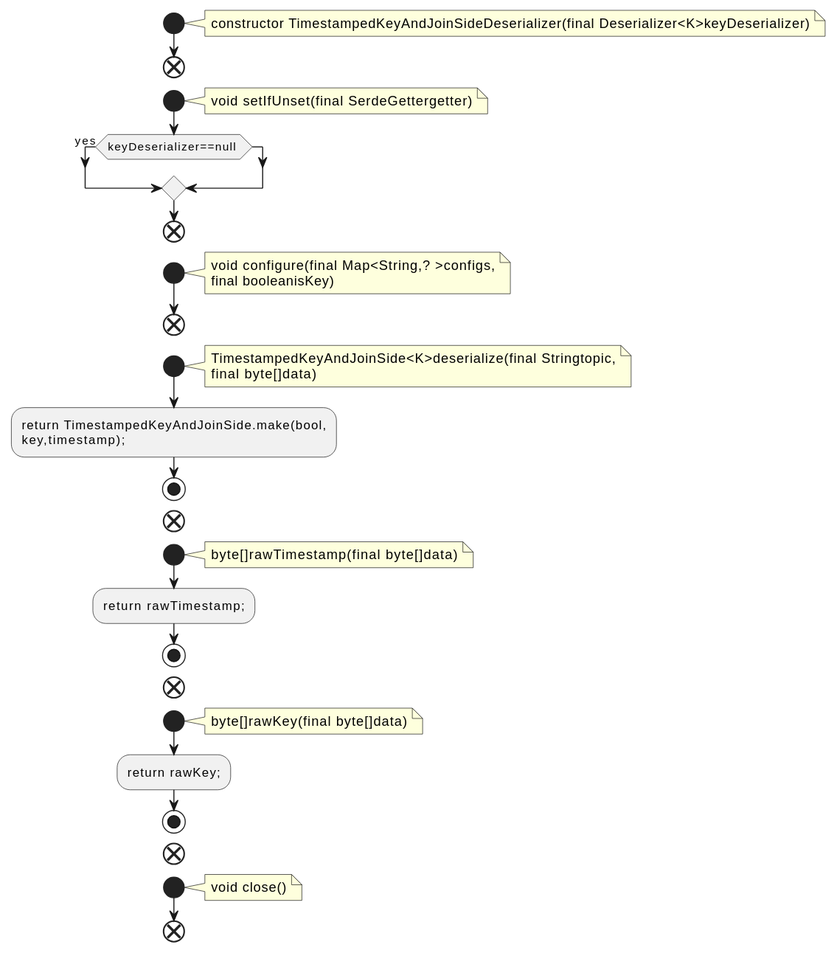
The PlantUML diagram docs/qc/streams/src/main/java/org/apache/kafka/streams/state/internals/TimestampedKeyAndJoinSideDeserializer.java.fct.svg in qualitesys/kafka, before a commit.
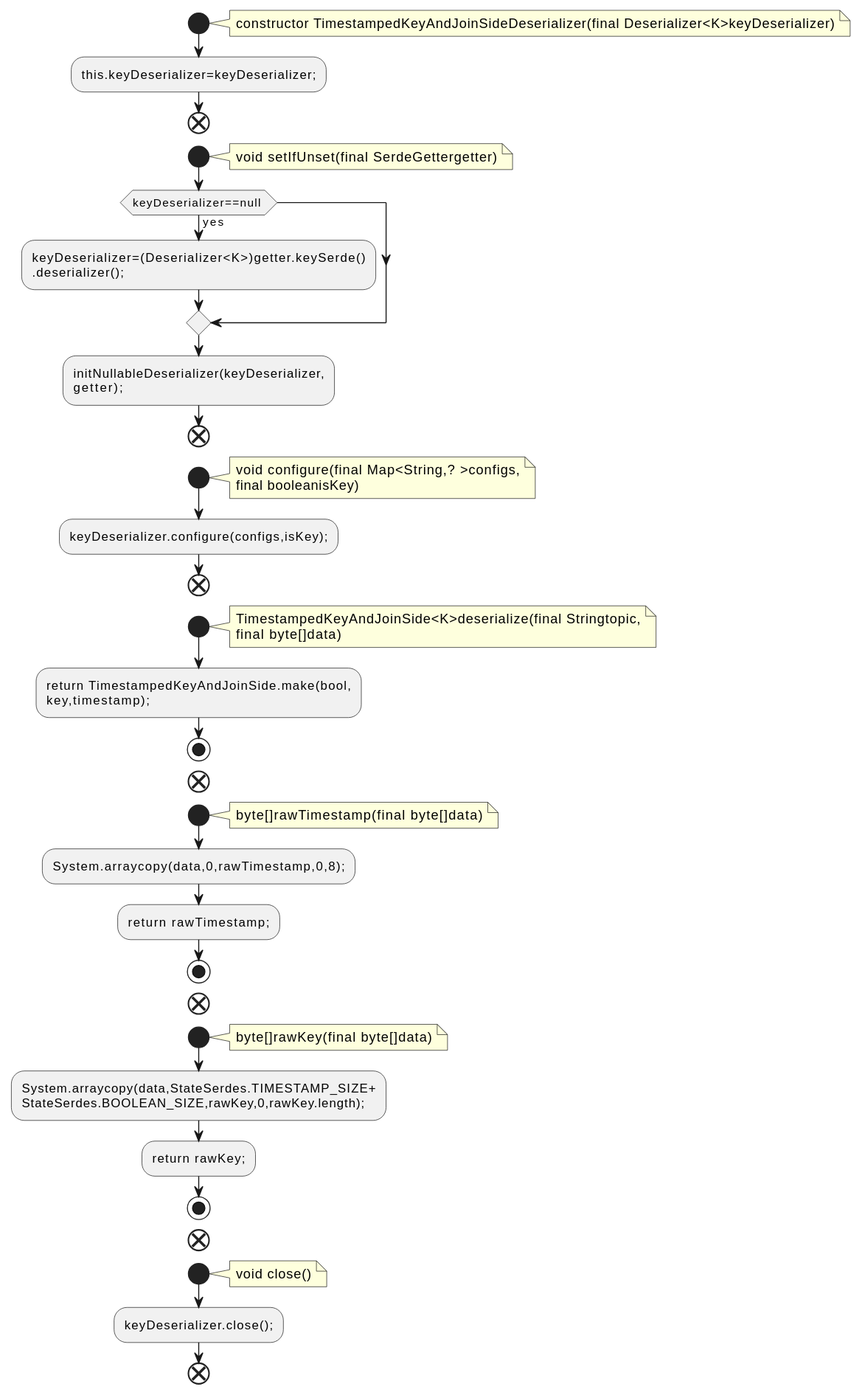
The same file after the commit.

Diff of the diagram source:
```diff
@@ -4,19 +4,25 @@
 note right
 constructor TimestampedKeyAndJoinSideDeserializer(final Deserializer<K>keyDeserializer)
 end note
+:this.keyDeserializer=keyDeserializer;;
 end
 start
 note right
 void setIfUnset(final SerdeGettergetter)
 end note
 if (keyDeserializer==null ) then (yes)
+:keyDeserializer=(Deserializer<K>)getter.keySerde()
+.deserializer();;
 endif
+:initNullableDeserializer(keyDeserializer,
+getter);;
 end
 start
 note right
 void configure(final Map<String,? >configs,
 final booleanisKey)
 end note
+:keyDeserializer.configure(configs,isKey);;
 end
 start
 note right
@@ -31,6 +37,7 @@
 note right
 byte[]rawTimestamp(final byte[]data)
 end note
+:System.arraycopy(data,0,rawTimestamp,0,8);;
 :return rawTimestamp;;
 stop
 end
@@ -38,6 +45,8 @@
 note right
 byte[]rawKey(final byte[]data)
 end note
+:System.arraycopy(data,StateSerdes.TIMESTAMP_SIZE+
+StateSerdes.BOOLEAN_SIZE,rawKey,0,rawKey.length);;
 :return rawKey;;
 stop
 end
@@ -45,5 +54,6 @@
 note right
 void close()
 end note
+:keyDeserializer.close();;
 end
 @enduml
```
